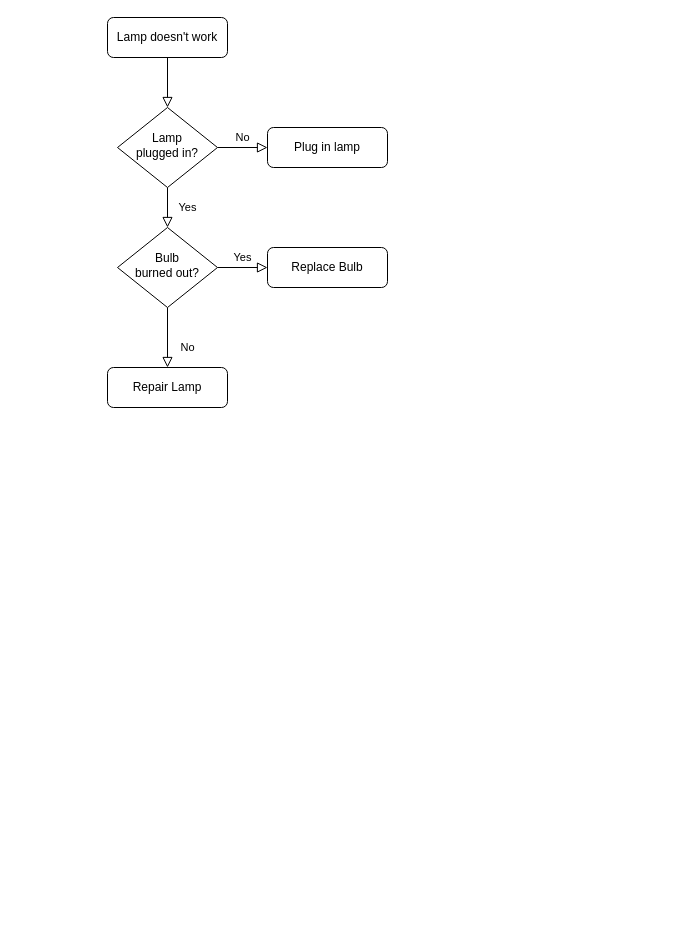
Before: documet/关账和证书.drawio in tcilay/note, a draw.io diagram. Source tidied: cells renumbered, new cells numbered last; positions are measured from the earlier drawing's top-left corner, leaving out a move shared by most shapes. Both pictures are drawn from the tidied source at 100%, with x=0, y=0 at pixel (107, 17).
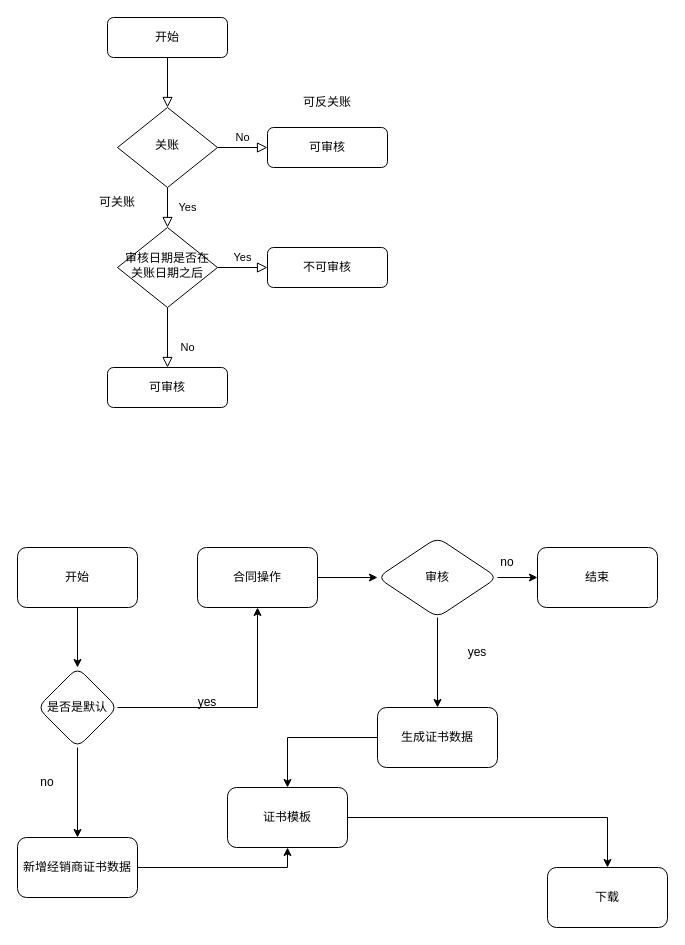
The same diagram, later.

Commit message:
更新关账和证书.drawio

The edit, as a diff of the source:
```diff
@@
-    <mxCell id="3" value="Lamp doesn't work" style="rounded=1;whiteSpace=wrap;html=1;fontSize=12;glass=0;strokeWidth=1;shadow=0;" parent="1" vertex="1">
+    <mxCell id="3" value="开始" style="rounded=1;whiteSpace=wrap;html=1;fontSize=12;glass=0;strokeWidth=1;shadow=0;" parent="1" vertex="1">
       <mxGeometry width="120" height="40" as="geometry" />
     </mxCell>
@@
-    <mxCell id="6" value="Lamp&lt;br&gt;plugged in?" style="rhombus;whiteSpace=wrap;html=1;shadow=0;fontFamily=Helvetica;fontSize=12;align=center;strokeWidth=1;spacing=6;spacingTop=-4;" parent="1" vertex="1">
+    <mxCell id="6" value="关账" style="rhombus;whiteSpace=wrap;html=1;shadow=0;fontFamily=Helvetica;fontSize=12;align=center;strokeWidth=1;spacing=6;spacingTop=-4;" parent="1" vertex="1">
       <mxGeometry x="10" y="90" width="100" height="80" as="geometry" />
     </mxCell>
-    <mxCell id="7" value="Plug in lamp" style="rounded=1;whiteSpace=wrap;html=1;fontSize=12;glass=0;strokeWidth=1;shadow=0;" parent="1" vertex="1">
+    <mxCell id="7" value="可审核" style="rounded=1;whiteSpace=wrap;html=1;fontSize=12;glass=0;strokeWidth=1;shadow=0;" parent="1" vertex="1">
       <mxGeometry x="160" y="110" width="120" height="40" as="geometry" />
     </mxCell>
@@
-    <mxCell id="10" value="Bulb&lt;br&gt;burned out?" style="rhombus;whiteSpace=wrap;html=1;shadow=0;fontFamily=Helvetica;fontSize=12;align=center;strokeWidth=1;spacing=6;spacingTop=-4;" parent="1" vertex="1">
+    <mxCell id="10" value="审核日期是否在关账日期之后" style="rhombus;whiteSpace=wrap;html=1;shadow=0;fontFamily=Helvetica;fontSize=12;align=center;strokeWidth=1;spacing=6;spacingTop=-4;" parent="1" vertex="1">
       <mxGeometry x="10" y="210" width="100" height="80" as="geometry" />
     </mxCell>
-    <mxCell id="11" value="Repair Lamp" style="rounded=1;whiteSpace=wrap;html=1;fontSize=12;glass=0;strokeWidth=1;shadow=0;" parent="1" vertex="1">
+    <mxCell id="11" value="可审核" style="rounded=1;whiteSpace=wrap;html=1;fontSize=12;glass=0;strokeWidth=1;shadow=0;" parent="1" vertex="1">
       <mxGeometry y="350" width="120" height="40" as="geometry" />
     </mxCell>
-    <mxCell id="12" value="Replace Bulb" style="rounded=1;whiteSpace=wrap;html=1;fontSize=12;glass=0;strokeWidth=1;shadow=0;" parent="1" vertex="1">
+    <mxCell id="12" value="不可审核" style="rounded=1;whiteSpace=wrap;html=1;fontSize=12;glass=0;strokeWidth=1;shadow=0;" parent="1" vertex="1">
       <mxGeometry x="160" y="230" width="120" height="40" as="geometry" />
     </mxCell>
+    <mxCell id="13" value="可反关账" style="text;html=1;strokeColor=none;fillColor=none;align=center;verticalAlign=middle;whiteSpace=wrap;rounded=0;" parent="1" vertex="1">
+      <mxGeometry x="190" y="70" width="60" height="30" as="geometry" />
+    </mxCell>
+    <mxCell id="14" value="可关账" style="text;html=1;strokeColor=none;fillColor=none;align=center;verticalAlign=middle;whiteSpace=wrap;rounded=0;" parent="1" vertex="1">
+      <mxGeometry x="-20" y="170" width="60" height="30" as="geometry" />
+    </mxCell>
+    <mxCell id="15" style="edgeStyle=orthogonalEdgeStyle;rounded=0;jettySize=auto;html=1;" parent="1" edge="1" source="16" target="32">
+      <mxGeometry relative="1" as="geometry" />
+    </mxCell>
+    <mxCell id="16" value="开始" style="rounded=1;whiteSpace=wrap;html=1;" parent="1" vertex="1">
+      <mxGeometry x="-90" y="530" width="120" height="60" as="geometry" />
+    </mxCell>
+    <mxCell id="17" style="edgeStyle=orthogonalEdgeStyle;rounded=0;jettySize=auto;html=1;" parent="1" edge="1" source="18" target="21">
+      <mxGeometry relative="1" as="geometry" />
+    </mxCell>
+    <mxCell id="18" value="合同操作" style="rounded=1;whiteSpace=wrap;html=1;" parent="1" vertex="1">
+      <mxGeometry x="90" y="530" width="120" height="60" as="geometry" />
+    </mxCell>
+    <mxCell id="19" style="edgeStyle=orthogonalEdgeStyle;rounded=0;jettySize=auto;html=1;" parent="1" edge="1" source="21" target="22">
+      <mxGeometry relative="1" as="geometry" />
+    </mxCell>
+    <mxCell id="20" style="edgeStyle=orthogonalEdgeStyle;rounded=0;jettySize=auto;html=1;" parent="1" edge="1" source="21" target="26">
+      <mxGeometry relative="1" as="geometry" />
+    </mxCell>
+    <mxCell id="21" value="审核" style="rhombus;whiteSpace=wrap;html=1;rounded=1;" parent="1" vertex="1">
+      <mxGeometry x="270" y="520" width="120" height="80" as="geometry" />
+    </mxCell>
+    <mxCell id="22" value="结束" style="whiteSpace=wrap;html=1;rounded=1;" parent="1" vertex="1">
+      <mxGeometry x="430" y="530" width="120" height="60" as="geometry" />
+    </mxCell>
+    <mxCell id="23" value="no" style="text;html=1;strokeColor=none;fillColor=none;align=center;verticalAlign=middle;whiteSpace=wrap;rounded=0;" parent="1" vertex="1">
+      <mxGeometry x="370" y="530" width="60" height="30" as="geometry" />
+    </mxCell>
+    <mxCell id="24" value="yes" style="text;html=1;strokeColor=none;fillColor=none;align=center;verticalAlign=middle;whiteSpace=wrap;rounded=0;" parent="1" vertex="1">
+      <mxGeometry x="340" y="620" width="60" height="30" as="geometry" />
+    </mxCell>
+    <mxCell id="25" style="edgeStyle=orthogonalEdgeStyle;rounded=0;jettySize=auto;html=1;" parent="1" edge="1" source="26" target="28">
+      <mxGeometry relative="1" as="geometry" />
+    </mxCell>
+    <mxCell id="26" value="生成证书数据" style="whiteSpace=wrap;html=1;rounded=1;" parent="1" vertex="1">
+      <mxGeometry x="270" y="690" width="120" height="60" as="geometry" />
+    </mxCell>
+    <mxCell id="27" style="edgeStyle=orthogonalEdgeStyle;rounded=0;jettySize=auto;html=1;" parent="1" edge="1" source="28" target="29">
+      <mxGeometry relative="1" as="geometry" />
+    </mxCell>
+    <mxCell id="28" value="证书模板" style="whiteSpace=wrap;html=1;rounded=1;" parent="1" vertex="1">
+      <mxGeometry x="120" y="770" width="120" height="60" as="geometry" />
+    </mxCell>
+    <mxCell id="29" value="下载" style="whiteSpace=wrap;html=1;rounded=1;" parent="1" vertex="1">
+      <mxGeometry x="440" y="850" width="120" height="60" as="geometry" />
+    </mxCell>
+    <mxCell id="30" style="edgeStyle=orthogonalEdgeStyle;rounded=0;jettySize=auto;html=1;entryX=0.5;entryY=1;entryDx=0;entryDy=0;" parent="1" edge="1" source="32" target="18">
+      <mxGeometry relative="1" as="geometry" />
+    </mxCell>
+    <mxCell id="31" style="edgeStyle=orthogonalEdgeStyle;rounded=0;jettySize=auto;html=1;" parent="1" edge="1" source="32" target="35">
+      <mxGeometry relative="1" as="geometry" />
+    </mxCell>
+    <mxCell id="32" value="是否是默认" style="rhombus;whiteSpace=wrap;html=1;rounded=1;" parent="1" vertex="1">
+      <mxGeometry x="-70" y="650" width="80" height="80" as="geometry" />
+    </mxCell>
+    <mxCell id="33" value="yes" style="text;html=1;strokeColor=none;fillColor=none;align=center;verticalAlign=middle;whiteSpace=wrap;rounded=0;" parent="1" vertex="1">
+      <mxGeometry x="70" y="670" width="60" height="30" as="geometry" />
+    </mxCell>
+    <mxCell id="34" style="edgeStyle=orthogonalEdgeStyle;rounded=0;jettySize=auto;html=1;exitX=1;exitY=0.5;exitDx=0;exitDy=0;entryX=0.5;entryY=1;entryDx=0;entryDy=0;" parent="1" edge="1" source="35" target="28">
+      <mxGeometry relative="1" as="geometry" />
+    </mxCell>
+    <mxCell id="35" value="新增经销商证书数据" style="whiteSpace=wrap;html=1;rounded=1;" parent="1" vertex="1">
+      <mxGeometry x="-90" y="820" width="120" height="60" as="geometry" />
+    </mxCell>
+    <mxCell id="36" value="no" style="text;html=1;strokeColor=none;fillColor=none;align=center;verticalAlign=middle;whiteSpace=wrap;rounded=0;" parent="1" vertex="1">
+      <mxGeometry x="-90" y="750" width="60" height="30" as="geometry" />
+    </mxCell>
```
